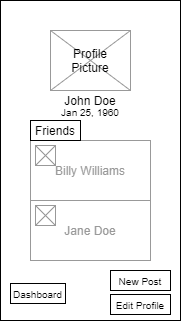
Above: ux-design/Friends.png in agile-dev-assignments/user-experience-design-team-luniao-devolved (draw.io), before the change. Source tidied: cells renumbered, new cells last; positions are measured from the earlier drawing's top-left corner, leaving out a move shared by most shapes.
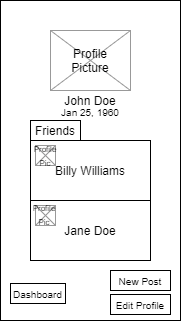
Later version of the same file.

Diff of the diagram source:
```diff
@@ -25,10 +25,10 @@
     <mxCell id="8" value="&lt;font style=&quot;font-size: 10px&quot;&gt;New Post&lt;/font&gt;" style="rounded=0;whiteSpace=wrap;html=1;" parent="1" vertex="1">
       <mxGeometry x="110" y="270" width="60" height="20" as="geometry" />
     </mxCell>
-    <mxCell id="9" value="&lt;font color=&quot;#999999&quot;&gt;Billy Williams&lt;/font&gt;" style="rounded=0;whiteSpace=wrap;html=1;strokeColor=#999999;" parent="1" vertex="1">
+    <mxCell id="9" value="Billy Williams" style="rounded=0;whiteSpace=wrap;html=1;" parent="1" vertex="1">
       <mxGeometry x="30" y="140" width="120" height="60" as="geometry" />
     </mxCell>
-    <mxCell id="10" value="&lt;font color=&quot;#999999&quot;&gt;Jane Doe&lt;/font&gt;" style="rounded=0;whiteSpace=wrap;html=1;strokeColor=#999999;" parent="1" vertex="1">
+    <mxCell id="10" value="Jane Doe" style="rounded=0;whiteSpace=wrap;html=1;" parent="1" vertex="1">
       <mxGeometry x="30" y="200" width="120" height="60" as="geometry" />
     </mxCell>
     <mxCell id="11" value="&lt;font style=&quot;font-size: 10px&quot;&gt;Edit Profile&lt;/font&gt;" style="rounded=0;whiteSpace=wrap;html=1;" parent="1" vertex="1">
@@ -64,5 +64,11 @@
     <mxCell id="21" style="endArrow=none;html=1;entryX=0;entryY=0;entryDx=0;entryDy=0;exitX=1;exitY=1;exitDx=0;exitDy=0;strokeColor=#999999;" parent="1" edge="1" source="19" target="19">
       <mxGeometry relative="1" as="geometry" />
     </mxCell>
+    <mxCell id="22" value="&lt;font style=&quot;font-size: 8px&quot;&gt;Profile Pic&lt;/font&gt;" style="text;html=1;strokeColor=none;fillColor=none;align=center;verticalAlign=middle;whiteSpace=wrap;rounded=0;" parent="1" vertex="1">
+      <mxGeometry x="30" y="146" width="30" height="15" as="geometry" />
+    </mxCell>
+    <mxCell id="23" value="&lt;font style=&quot;font-size: 8px&quot;&gt;Profile Pic&lt;/font&gt;" style="text;html=1;strokeColor=none;fillColor=none;align=center;verticalAlign=middle;whiteSpace=wrap;rounded=0;" parent="1" vertex="1">
+      <mxGeometry x="29" y="205" width="30" height="16" as="geometry" />
+    </mxCell>
   </root>
 </mxGraphModel>
```
